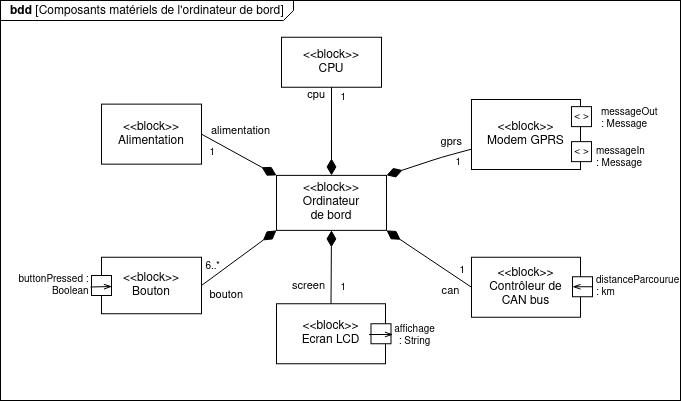
Earlier version of the draw.io export diagrammes/bdd_composants_ordi_de_bord.png (Dalker/ISI-mobility). Source tidied: cells renumbered, new cells last; positions are measured from the earlier drawing's top-left corner, leaving out a move shared by most shapes.
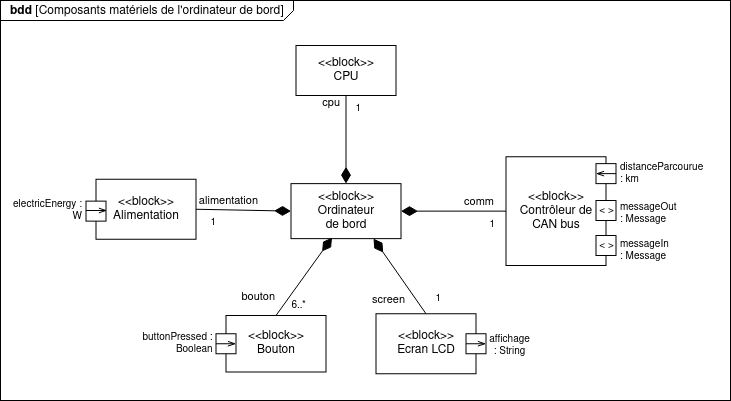
After the commit.

The edit, as a diff of the source:
```diff
@@ -2,120 +2,115 @@
   <root>
     <mxCell id="0" />
     <mxCell id="1" parent="0" />
-    <mxCell id="2" value="&lt;p style=&quot;margin: 0px ; margin-top: 4px ; margin-left: 10px ; text-align: left&quot;&gt;&lt;b&gt;bdd&lt;/b&gt; [Composants matériels de l'ordinateur de bord]&lt;br&gt;&lt;/p&gt;" style="html=1;strokeWidth=1;shape=mxgraph.sysml.package;labelX=293;align=left;spacingLeft=10;overflow=fill;spacing=1;" parent="1" vertex="1">
-      <mxGeometry width="680" height="400" as="geometry" />
+    <mxCell id="2" value="&lt;p style=&quot;margin: 0px ; margin-top: 4px ; margin-left: 10px ; text-align: left&quot;&gt;&lt;b&gt;bdd&lt;/b&gt; [Composants matériels de l'ordinateur de bord]&lt;br&gt;&lt;/p&gt;" style="html=1;strokeWidth=1;shape=mxgraph.sysml.package;labelX=293;align=left;spacingLeft=10;overflow=fill;" parent="1" vertex="1">
+      <mxGeometry width="730" height="400" as="geometry" />
     </mxCell>
-    <mxCell id="3" value="&lt;div&gt;&lt;span style=&quot;font-weight: normal&quot;&gt;&amp;lt;&amp;lt;block&amp;gt;&amp;gt;&lt;br&gt;&lt;/span&gt;&lt;/div&gt;&lt;div&gt;&lt;span style=&quot;font-weight: normal&quot;&gt;Modem GPRS&lt;br&gt;&lt;/span&gt;&lt;/div&gt;&lt;span style=&quot;font-weight: normal&quot;&gt;&lt;/span&gt;" style="strokeColor=inherit;fillColor=inherit;gradientColor=inherit;shape=rect;fontStyle=1;html=1;whiteSpace=wrap;align=center;spacingBottom=0;" parent="2" vertex="1">
-      <mxGeometry x="471" y="99" width="109" height="70" as="geometry" />
+    <mxCell id="3" value="&lt;div&gt;&lt;span style=&quot;font-weight: normal&quot;&gt;&amp;lt;&amp;lt;block&amp;gt;&amp;gt;&lt;br&gt;&lt;/span&gt;&lt;/div&gt;&lt;div&gt;&lt;span style=&quot;font-weight: normal&quot;&gt;Ordinateur&lt;/span&gt;&lt;/div&gt;&lt;div&gt;&lt;span style=&quot;font-weight: normal&quot;&gt;de bord&lt;/span&gt;&lt;br&gt;&lt;/div&gt;" style="strokeColor=inherit;fillColor=inherit;gradientColor=inherit;shape=rect;fontStyle=1;html=1;whiteSpace=wrap;align=center;" parent="2" vertex="1">
+      <mxGeometry x="290.5" y="183.1" width="110" height="55" as="geometry" />
     </mxCell>
-    <mxCell id="4" value="&lt;div&gt;&lt;span style=&quot;font-weight: normal&quot;&gt;&amp;lt;&amp;lt;block&amp;gt;&amp;gt;&lt;br&gt;&lt;/span&gt;&lt;/div&gt;&lt;div&gt;&lt;span style=&quot;font-weight: normal&quot;&gt;Ordinateur&lt;/span&gt;&lt;/div&gt;&lt;div&gt;&lt;span style=&quot;font-weight: normal&quot;&gt;de bord&lt;/span&gt;&lt;br&gt;&lt;/div&gt;" style="strokeColor=inherit;fillColor=inherit;gradientColor=inherit;shape=rect;fontStyle=1;html=1;whiteSpace=wrap;align=center;" parent="2" vertex="1">
-      <mxGeometry x="276" y="174.9" width="110" height="55" as="geometry" />
+    <mxCell id="4" value="&lt;div&gt;&lt;span style=&quot;font-weight: normal&quot;&gt;&amp;lt;&amp;lt;block&amp;gt;&amp;gt;&lt;br&gt;&lt;/span&gt;&lt;/div&gt;&lt;span style=&quot;font-weight: normal&quot;&gt;CPU&lt;/span&gt;" style="strokeColor=inherit;fillColor=inherit;gradientColor=inherit;shape=rect;fontStyle=1;html=1;whiteSpace=wrap;align=center;" parent="2" vertex="1">
+      <mxGeometry x="295.5" y="45" width="100" height="50" as="geometry" />
     </mxCell>
-    <mxCell id="5" value="&lt;div&gt;&lt;span style=&quot;font-weight: normal&quot;&gt;&amp;lt;&amp;lt;block&amp;gt;&amp;gt;&lt;br&gt;&lt;/span&gt;&lt;/div&gt;&lt;span style=&quot;font-weight: normal&quot;&gt;CPU&lt;/span&gt;" style="strokeColor=inherit;fillColor=inherit;gradientColor=inherit;shape=rect;fontStyle=1;html=1;whiteSpace=wrap;align=center;" parent="2" vertex="1">
-      <mxGeometry x="281" y="36.8" width="100" height="50" as="geometry" />
+    <mxCell id="5" value="&lt;div&gt;&lt;span style=&quot;font-weight: normal&quot;&gt;&amp;lt;&amp;lt;block&amp;gt;&amp;gt;&lt;br&gt;&lt;/span&gt;&lt;/div&gt;&lt;div&gt;&lt;span style=&quot;font-weight: normal&quot;&gt;Bouton&lt;br&gt;&lt;/span&gt;&lt;/div&gt;&lt;span style=&quot;font-weight: normal&quot;&gt;&lt;/span&gt;" style="strokeColor=inherit;fillColor=inherit;gradientColor=inherit;shape=rect;fontStyle=1;html=1;whiteSpace=wrap;align=center;" parent="2" vertex="1">
+      <mxGeometry x="225.5" y="315" width="100" height="56.5" as="geometry" />
     </mxCell>
-    <mxCell id="6" value="&lt;div&gt;&lt;span style=&quot;font-weight: normal&quot;&gt;&amp;lt;&amp;lt;block&amp;gt;&amp;gt;&lt;br&gt;&lt;/span&gt;&lt;/div&gt;&lt;div&gt;&lt;span style=&quot;font-weight: normal&quot;&gt;Bouton&lt;br&gt;&lt;/span&gt;&lt;/div&gt;&lt;span style=&quot;font-weight: normal&quot;&gt;&lt;/span&gt;" style="strokeColor=inherit;fillColor=inherit;gradientColor=inherit;shape=rect;fontStyle=1;html=1;whiteSpace=wrap;align=center;" parent="2" vertex="1">
-      <mxGeometry x="101" y="256.8" width="100" height="56.5" as="geometry" />
+    <mxCell id="6" value="&lt;div&gt;&lt;span style=&quot;font-weight: normal&quot;&gt;&amp;lt;&amp;lt;block&amp;gt;&amp;gt;&lt;br&gt;&lt;/span&gt;&lt;/div&gt;&lt;div&gt;&lt;span style=&quot;font-weight: normal&quot;&gt;Ecran LCD&lt;br&gt;&lt;/span&gt;&lt;/div&gt;&lt;span style=&quot;font-weight: normal&quot;&gt;&lt;/span&gt;" style="strokeColor=inherit;fillColor=inherit;gradientColor=inherit;shape=rect;fontStyle=1;html=1;whiteSpace=wrap;align=center;" parent="2" vertex="1">
+      <mxGeometry x="375.5" y="313.2" width="100" height="60" as="geometry" />
     </mxCell>
-    <mxCell id="7" value="&lt;div&gt;&lt;span style=&quot;font-weight: normal&quot;&gt;&amp;lt;&amp;lt;block&amp;gt;&amp;gt;&lt;br&gt;&lt;/span&gt;&lt;/div&gt;&lt;div&gt;&lt;span style=&quot;font-weight: normal&quot;&gt;Ecran LCD&lt;br&gt;&lt;/span&gt;&lt;/div&gt;&lt;span style=&quot;font-weight: normal&quot;&gt;&lt;/span&gt;" style="strokeColor=inherit;fillColor=inherit;gradientColor=inherit;shape=rect;fontStyle=1;html=1;whiteSpace=wrap;align=center;" parent="2" vertex="1">
-      <mxGeometry x="276" y="303.2" width="109" height="60" as="geometry" />
+    <mxCell id="7" value="screen" style="align=right;html=1;verticalAlign=bottom;endArrow=none;startArrow=diamondThin;startSize=14;startFill=1;edgeStyle=none;exitX=0.75;exitY=1;exitDx=0;exitDy=0;entryX=0.5;entryY=0;entryDx=0;entryDy=0;" parent="2" edge="1" source="3" target="6">
+      <mxGeometry x="0.68" y="-13" relative="1" as="geometry" />
     </mxCell>
-    <mxCell id="8" value="screen" style="align=right;html=1;verticalAlign=bottom;endArrow=none;startArrow=diamondThin;startSize=14;startFill=1;edgeStyle=none;entryX=0.5;entryY=0;entryDx=0;entryDy=0;exitX=0.5;exitY=1;exitDx=0;exitDy=0;spacing=7;" parent="2" edge="1" source="4" target="7">
-      <mxGeometry x="0.91" relative="1" as="geometry" />
+    <mxCell id="8" value="1" style="html=1;align=right;verticalAlign=top;labelBackgroundColor=none;fontSize=10;" parent="7" vertex="1">
+      <mxGeometry x="1" relative="1" as="geometry">
+        <mxPoint x="15" y="-28.6" as="offset" />
+      </mxGeometry>
     </mxCell>
-    <mxCell id="9" value="1" style="html=1;align=right;verticalAlign=top;labelBackgroundColor=none;fontSize=10;" parent="8" vertex="1">
-      <mxGeometry x="1" relative="1" as="geometry">
-        <mxPoint x="15" y="-28.6" as="offset" />
-      </mxGeometry>
+    <mxCell id="9" value="cpu" style="align=right;html=1;verticalAlign=bottom;endArrow=none;startArrow=diamondThin;startSize=14;startFill=1;edgeStyle=none;exitX=0.5;exitY=0;exitDx=0;exitDy=0;entryX=0.5;entryY=1;entryDx=0;entryDy=0;" parent="2" edge="1" source="3" target="4">
+      <mxGeometry x="0.6" y="5" relative="1" as="geometry" />
     </mxCell>
-    <mxCell id="10" value="cpu" style="align=right;html=1;verticalAlign=bottom;endArrow=none;startArrow=diamondThin;startSize=14;startFill=1;edgeStyle=none;exitX=0.5;exitY=0;exitDx=0;exitDy=0;entryX=0.5;entryY=1;entryDx=0;entryDy=0;" parent="2" edge="1" source="4" target="5">
-      <mxGeometry x="0.6" y="5" relative="1" as="geometry" />
+    <mxCell id="10" value="1" style="html=1;align=right;verticalAlign=top;labelBackgroundColor=none;fontSize=10;" parent="9" vertex="1">
+      <mxGeometry x="1" relative="1" as="geometry">
+        <mxPoint x="15" as="offset" />
+      </mxGeometry>
     </mxCell>
-    <mxCell id="11" value="1" style="html=1;align=right;verticalAlign=top;labelBackgroundColor=none;fontSize=10;" parent="10" vertex="1">
-      <mxGeometry x="1" relative="1" as="geometry">
-        <mxPoint x="15" y="-3" as="offset" />
-      </mxGeometry>
+    <mxCell id="11" value="bouton" style="align=right;html=1;verticalAlign=bottom;endArrow=none;startArrow=diamondThin;startSize=14;startFill=1;edgeStyle=none;exitX=0.373;exitY=0.982;exitDx=0;exitDy=0;entryX=0.5;entryY=0;entryDx=0;entryDy=0;exitPerimeter=0;" parent="2" edge="1" source="3" target="5">
+      <mxGeometry x="0.84" y="-5" relative="1" as="geometry" />
     </mxCell>
-    <mxCell id="12" value="bouton" style="align=right;html=1;verticalAlign=bottom;endArrow=none;startArrow=diamondThin;startSize=14;startFill=1;edgeStyle=none;exitX=0;exitY=1;exitDx=0;exitDy=0;entryX=1;entryY=0.5;entryDx=0;entryDy=0;spacingTop=0;spacingBottom=0;spacingLeft=0;spacingRight=0;spacing=-2;" parent="2" edge="1" source="4" target="6">
-      <mxGeometry x="0.52" y="35" relative="1" as="geometry" />
+    <mxCell id="12" value="6..*" style="html=1;align=right;verticalAlign=top;labelBackgroundColor=none;fontSize=10;" parent="11" vertex="1">
+      <mxGeometry x="1" relative="1" as="geometry">
+        <mxPoint x="30.1" y="-23.4" as="offset" />
+      </mxGeometry>
     </mxCell>
-    <mxCell id="13" value="6..*" style="html=1;align=right;verticalAlign=top;labelBackgroundColor=none;fontSize=10;" parent="12" vertex="1">
-      <mxGeometry x="1" relative="1" as="geometry">
-        <mxPoint x="18.9" y="-32" as="offset" />
-      </mxGeometry>
+    <mxCell id="13" value="alimentation" style="align=right;html=1;verticalAlign=bottom;endArrow=none;startArrow=diamondThin;startSize=14;startFill=1;edgeStyle=none;exitX=0;exitY=0.5;exitDx=0;exitDy=0;entryX=1;entryY=0.5;entryDx=0;entryDy=0;" parent="2" edge="1" source="3" target="25">
+      <mxGeometry x="-0.33" relative="1" as="geometry" />
     </mxCell>
-    <mxCell id="14" value="alimentation" style="align=center;html=1;verticalAlign=bottom;endArrow=none;startArrow=diamondThin;startSize=14;startFill=1;edgeStyle=none;exitX=0;exitY=0;exitDx=0;exitDy=0;entryX=1;entryY=0.5;entryDx=0;entryDy=0;labelPosition=center;verticalLabelPosition=top;horizontal=1;spacing=20;spacingLeft=-21;spacingTop=1;spacingBottom=3;" parent="2" edge="1" source="4" target="25">
-      <mxGeometry x="-0.33" relative="1" as="geometry" />
+    <mxCell id="14" value="1" style="html=1;align=right;verticalAlign=top;labelBackgroundColor=none;fontSize=10;" parent="13" vertex="1">
+      <mxGeometry x="1" relative="1" as="geometry">
+        <mxPoint x="20" as="offset" />
+      </mxGeometry>
     </mxCell>
-    <mxCell id="15" value="1" style="html=1;align=right;verticalAlign=top;labelBackgroundColor=none;fontSize=10;" parent="14" vertex="1">
-      <mxGeometry x="1" relative="1" as="geometry">
-        <mxPoint x="14" y="5.2" as="offset" />
-      </mxGeometry>
+    <mxCell id="15" value="&lt;div&gt;&lt;span style=&quot;font-weight: normal&quot;&gt;&amp;lt;&amp;lt;block&amp;gt;&amp;gt;&lt;br&gt;&lt;/span&gt;&lt;/div&gt;&lt;div&gt;&lt;span style=&quot;font-weight: normal&quot;&gt;Contrôleur de&lt;br&gt;&lt;/span&gt;&lt;/div&gt;&lt;div&gt;&lt;span style=&quot;font-weight: normal&quot;&gt;CAN bus&lt;br&gt;&lt;/span&gt;&lt;/div&gt;&lt;span style=&quot;font-weight: normal&quot;&gt;&lt;/span&gt;" style="strokeColor=inherit;fillColor=inherit;gradientColor=inherit;shape=rect;fontStyle=1;html=1;whiteSpace=wrap;align=center;" parent="2" vertex="1">
+      <mxGeometry x="505.5" y="156.2" width="100" height="108.8" as="geometry" />
     </mxCell>
-    <mxCell id="16" value="&lt;div&gt;&lt;span style=&quot;font-weight: normal&quot;&gt;&amp;lt;&amp;lt;block&amp;gt;&amp;gt;&lt;br&gt;&lt;/span&gt;&lt;/div&gt;&lt;div&gt;&lt;span style=&quot;font-weight: normal&quot;&gt;Contrôleur de&lt;br&gt;&lt;/span&gt;&lt;/div&gt;&lt;div&gt;&lt;span style=&quot;font-weight: normal&quot;&gt;CAN bus&lt;br&gt;&lt;/span&gt;&lt;/div&gt;&lt;span style=&quot;font-weight: normal&quot;&gt;&lt;/span&gt;" style="strokeColor=inherit;fillColor=inherit;gradientColor=inherit;shape=rect;fontStyle=1;html=1;whiteSpace=wrap;align=center;" parent="2" vertex="1">
-      <mxGeometry x="471" y="256.8" width="109" height="60" as="geometry" />
+    <mxCell id="16" value="comm" style="align=right;html=1;verticalAlign=bottom;endArrow=none;startArrow=diamondThin;startSize=14;startFill=1;edgeStyle=none;exitX=1;exitY=0.5;exitDx=0;exitDy=0;entryX=0;entryY=0.5;entryDx=0;entryDy=0;" parent="2" edge="1" source="3" target="15">
+      <mxGeometry x="0.82" relative="1" as="geometry" />
     </mxCell>
-    <mxCell id="17" value="can" style="align=center;html=1;verticalAlign=bottom;endArrow=none;startArrow=diamondThin;startSize=14;startFill=1;edgeStyle=none;exitX=1;exitY=1;exitDx=0;exitDy=0;spacingTop=0;labelPosition=center;verticalLabelPosition=top;spacingBottom=0;spacingLeft=0;entryX=0;entryY=0.5;entryDx=0;entryDy=0;" parent="2" edge="1" source="4" target="16">
-      <mxGeometry x="0.8" y="-23" relative="1" as="geometry" />
+    <mxCell id="17" value="1" style="html=1;align=right;verticalAlign=top;labelBackgroundColor=none;fontSize=10;" parent="16" vertex="1">
+      <mxGeometry x="1" relative="1" as="geometry">
+        <mxPoint x="-10" as="offset" />
+      </mxGeometry>
     </mxCell>
-    <mxCell id="18" value="1" style="html=1;align=right;verticalAlign=top;labelBackgroundColor=none;fontSize=10;" parent="17" vertex="1">
-      <mxGeometry x="1" relative="1" as="geometry">
-        <mxPoint x="-6" y="-29.9" as="offset" />
-      </mxGeometry>
+    <mxCell id="18" value="&amp;lt; &amp;gt;" style="strokeColor=inherit;fillColor=inherit;gradientColor=inherit;shape=rect;html=1;align=center;verticalAlign=middle;labelPosition=center;verticalLabelPosition=middle;labelBackgroundColor=none;fontSize=10;paart=1;" parent="2" vertex="1">
+      <mxGeometry x="595.5" y="200" width="20" height="20" as="geometry" />
     </mxCell>
-    <mxCell id="19" value="&amp;lt; &amp;gt;" style="strokeColor=inherit;fillColor=inherit;gradientColor=inherit;shape=rect;html=1;align=center;verticalAlign=middle;labelPosition=center;verticalLabelPosition=middle;labelBackgroundColor=none;fontSize=10;paart=1;" parent="2" vertex="1">
-      <mxGeometry x="571" y="106.1" width="20" height="20" as="geometry" />
+    <mxCell id="19" value="&lt;div&gt;affichage&lt;/div&gt;&lt;div&gt;: String&lt;br&gt;&lt;/div&gt;" style="strokeColor=inherit;fillColor=inherit;gradientColor=inherit;shape=rect;html=1;align=center;verticalAlign=top;labelPosition=center;verticalLabelPosition=bottom;labelBackgroundColor=none;fontSize=10;paart=1;rotation=90;horizontal=0;spacing=3;spacingBottom=0;spacingTop=-8;spacingLeft=26;" parent="2" vertex="1">
+      <mxGeometry x="465.5" y="333.2" width="20" height="20" as="geometry" />
     </mxCell>
-    <mxCell id="20" value="&lt;div&gt;affichage&lt;/div&gt;&lt;div&gt;: String&lt;br&gt;&lt;/div&gt;" style="strokeColor=inherit;fillColor=inherit;gradientColor=inherit;shape=rect;points=[[0,0.5,0]];html=1;align=center;verticalAlign=top;labelPosition=center;verticalLabelPosition=bottom;labelBackgroundColor=none;fontSize=10;paart=1;rotation=90;horizontal=0;spacing=3;spacingBottom=0;spacingTop=-8;spacingLeft=26;" parent="2" vertex="1">
-      <mxGeometry x="370.5" y="323.2" width="20" height="20" as="geometry" />
+    <mxCell id="20" style="endArrow=openThin;html=1;strokeColor=#000000;fontSize=10;endFill=0;" parent="2" edge="1">
+      <mxGeometry x="545.5" y="373.2" as="geometry">
+        <mxPoint x="465.5" y="343.2" as="sourcePoint" />
+        <mxPoint x="485.5" y="343.2" as="targetPoint" />
+      </mxGeometry>
     </mxCell>
-    <mxCell id="21" style="endArrow=openThin;html=1;strokeColor=#000000;fontSize=10;endFill=0;exitX=0.538;exitY=1.1;exitDx=0;exitDy=0;exitPerimeter=0;" parent="2" edge="1" source="20">
-      <mxGeometry x="461" y="363.2" as="geometry">
-        <mxPoint x="392.5" y="334" as="targetPoint" />
-      </mxGeometry>
+    <mxCell id="21" value="&lt;div&gt;buttonPressed :&lt;/div&gt;&lt;div align=&quot;right&quot;&gt;Boolean&lt;br&gt;&lt;/div&gt;" style="strokeColor=inherit;fillColor=inherit;gradientColor=inherit;shape=rect;html=1;align=center;verticalAlign=middle;labelPosition=center;verticalLabelPosition=middle;labelBackgroundColor=none;fontSize=10;paart=1;rotation=90;horizontal=0;spacing=1;spacingBottom=0;spacingTop=-1;spacingLeft=-97;" parent="2" vertex="1">
+      <mxGeometry x="215.5" y="333.2" width="20" height="20" as="geometry" />
     </mxCell>
-    <mxCell id="22" value="&lt;div&gt;buttonPressed :&lt;/div&gt;&lt;div align=&quot;right&quot;&gt;Boolean&lt;br&gt;&lt;/div&gt;" style="strokeColor=inherit;fillColor=inherit;gradientColor=inherit;shape=rect;points=[[0,0.5,0]];html=1;align=center;verticalAlign=middle;labelPosition=center;verticalLabelPosition=middle;labelBackgroundColor=none;fontSize=10;paart=1;rotation=90;horizontal=0;spacing=1;spacingBottom=0;spacingTop=-1;spacingLeft=-97;" parent="2" vertex="1">
-      <mxGeometry x="91" y="275" width="20" height="20" as="geometry" />
+    <mxCell id="22" style="endArrow=openThin;html=1;strokeColor=#000000;fontSize=10;endFill=0;" parent="2" edge="1">
+      <mxGeometry x="295.5" y="373.2" as="geometry">
+        <mxPoint x="215.5" y="343.2" as="sourcePoint" />
+        <mxPoint x="235.5" y="343.2" as="targetPoint" />
+      </mxGeometry>
     </mxCell>
     <mxCell id="23" value="&amp;lt; &amp;gt;" style="strokeColor=inherit;fillColor=inherit;gradientColor=inherit;shape=rect;html=1;align=center;verticalAlign=middle;labelPosition=center;verticalLabelPosition=middle;labelBackgroundColor=none;fontSize=10;paart=1;" parent="2" vertex="1">
-      <mxGeometry x="571" y="141.1" width="20" height="20" as="geometry" />
+      <mxGeometry x="595.5" y="235" width="20" height="20" as="geometry" />
     </mxCell>
     <mxCell id="24" value="&lt;div&gt;messageOut&lt;/div&gt;&lt;div&gt;: Message&lt;br&gt;&lt;/div&gt;" style="text;html=1;align=left;verticalAlign=middle;labelBackgroundColor=#ffffff;fontSize=10;spacing=2;spacingLeft=-6;spacingRight=0;spacingTop=0;spacingBottom=4;" parent="2" vertex="1">
-      <mxGeometry x="591" y="161.1" as="geometry">
-        <mxPoint x="14" y="-42" as="offset" />
+      <mxGeometry x="615.5" y="255" as="geometry">
+        <mxPoint x="8" y="-41" as="offset" />
       </mxGeometry>
     </mxCell>
     <mxCell id="25" value="&lt;div&gt;&lt;span style=&quot;font-weight: normal&quot;&gt;&amp;lt;&amp;lt;block&amp;gt;&amp;gt;&lt;br&gt;&lt;/span&gt;&lt;/div&gt;&lt;div&gt;&lt;span style=&quot;font-weight: normal&quot;&gt;Alimentation&lt;br&gt;&lt;/span&gt;&lt;/div&gt;&lt;span style=&quot;font-weight: normal&quot;&gt;&lt;/span&gt;" style="strokeColor=inherit;fillColor=inherit;gradientColor=inherit;shape=rect;fontStyle=1;html=1;whiteSpace=wrap;align=center;" parent="2" vertex="1">
-      <mxGeometry x="101" y="103.6" width="100" height="60" as="geometry" />
+      <mxGeometry x="95.5" y="178.8" width="100" height="60" as="geometry" />
     </mxCell>
-    <mxCell id="26" value="gprs" style="align=right;html=1;verticalAlign=bottom;endArrow=none;startArrow=diamondThin;startSize=14;startFill=1;edgeStyle=none;exitX=1;exitY=0;exitDx=0;exitDy=0;" parent="2" edge="1" source="4" target="3">
-      <mxGeometry x="0.82" relative="1" as="geometry">
-        <Array as="points">
-          <mxPoint x="441" y="156.8" />
-        </Array>
-      </mxGeometry>
+    <mxCell id="26" value="&lt;div&gt;distanceParcourue&lt;/div&gt;&lt;div align=&quot;left&quot;&gt;: km&lt;br&gt;&lt;/div&gt;" style="strokeColor=inherit;fillColor=inherit;gradientColor=inherit;shape=rect;html=1;align=left;verticalAlign=middle;labelPosition=right;verticalLabelPosition=middle;labelBackgroundColor=none;fontSize=10;paart=1;rotation=0;horizontal=1;spacing=4;spacingBottom=0;spacingTop=0;spacingLeft=0;" parent="2" vertex="1">
+      <mxGeometry x="595.5" y="163.1" width="20" height="20" as="geometry" />
     </mxCell>
-    <mxCell id="27" value="1" style="html=1;align=right;verticalAlign=top;labelBackgroundColor=none;fontSize=10;" parent="26" vertex="1">
-      <mxGeometry x="1" relative="1" as="geometry">
-        <mxPoint x="-10" as="offset" />
+    <mxCell id="27" style="endArrow=none;html=1;strokeColor=#000000;fontSize=10;endFill=0;startArrow=openThin;startFill=0;" parent="2" edge="1">
+      <mxGeometry x="585.5" y="163.1" as="geometry">
+        <mxPoint x="595.5" y="173.1" as="sourcePoint" />
+        <mxPoint x="615.5" y="173.1" as="targetPoint" />
       </mxGeometry>
     </mxCell>
-    <mxCell id="28" value="&lt;div&gt;distanceParcourue&lt;/div&gt;&lt;div align=&quot;left&quot;&gt;: km&lt;br&gt;&lt;/div&gt;" style="strokeColor=inherit;fillColor=inherit;gradientColor=inherit;shape=rect;points=[[0,0.5,0]];html=1;align=left;verticalAlign=middle;labelPosition=right;verticalLabelPosition=middle;labelBackgroundColor=none;fontSize=10;paart=1;rotation=0;horizontal=1;spacing=4;spacingBottom=0;spacingTop=0;spacingLeft=0;" parent="2" vertex="1">
-      <mxGeometry x="572" y="276.2" width="20" height="20" as="geometry" />
+    <mxCell id="28" value="&lt;div&gt;electricEnergy :&lt;/div&gt;&lt;div align=&quot;right&quot;&gt; W&lt;br&gt;&lt;/div&gt;" style="strokeColor=inherit;fillColor=inherit;gradientColor=inherit;shape=rect;points=[[0,0.5,0]];html=1;align=center;verticalAlign=middle;labelPosition=center;verticalLabelPosition=middle;labelBackgroundColor=none;fontSize=10;paart=1;rotation=90;horizontal=0;spacing=1;spacingBottom=0;spacingTop=-1;spacingLeft=-97;" parent="2" vertex="1">
+      <mxGeometry x="85.5" y="200.6" width="20" height="20" as="geometry" />
     </mxCell>
-    <mxCell id="29" style="endArrow=none;html=1;strokeColor=#000000;fontSize=10;endFill=0;startArrow=openThin;startFill=0;" parent="2" edge="1">
-      <mxGeometry x="562" y="276.2" as="geometry">
-        <mxPoint x="572" y="286.2" as="sourcePoint" />
-        <mxPoint x="592" y="286.2" as="targetPoint" />
+    <mxCell id="29" style="endArrow=openThin;html=1;strokeColor=#000000;fontSize=10;endFill=0;exitX=0.468;exitY=1;exitDx=0;exitDy=0;exitPerimeter=0;" parent="2" edge="1" source="28">
+      <mxGeometry x="235.5" y="343.2" as="geometry">
+        <mxPoint x="106.5" y="210" as="targetPoint" />
       </mxGeometry>
     </mxCell>
-    <mxCell id="30" style="endArrow=openThin;html=1;strokeColor=#000000;fontSize=10;endFill=0;exitX=0.575;exitY=1.05;exitDx=0;exitDy=0;exitPerimeter=0;" parent="2" edge="1" source="22">
-      <mxGeometry x="191" y="325" as="geometry">
-        <mxPoint x="111.5" y="286" as="targetPoint" />
-      </mxGeometry>
+    <mxCell id="30" value="&lt;div&gt;messageIn&lt;br&gt;&lt;/div&gt;&lt;div&gt;: Message&lt;br&gt;&lt;/div&gt;" style="text;html=1;align=left;verticalAlign=middle;labelBackgroundColor=#ffffff;fontSize=10;spacing=2;spacingLeft=-6;spacingRight=0;spacingTop=0;spacingBottom=4;" parent="1" vertex="1">
+      <mxGeometry x="623.5" y="251" as="geometry" />
     </mxCell>
-    <mxCell id="31" value="&lt;div&gt;messageIn&lt;br&gt;&lt;/div&gt;&lt;div&gt;: Message&lt;br&gt;&lt;/div&gt;" style="text;html=1;align=left;verticalAlign=middle;labelBackgroundColor=#ffffff;fontSize=10;spacing=2;spacingLeft=-6;spacingRight=0;spacingTop=0;spacingBottom=4;" parent="1" vertex="1">
-      <mxGeometry x="600" y="158.1" as="geometry" />
-    </mxCell>
   </root>
 </mxGraphModel>
```
